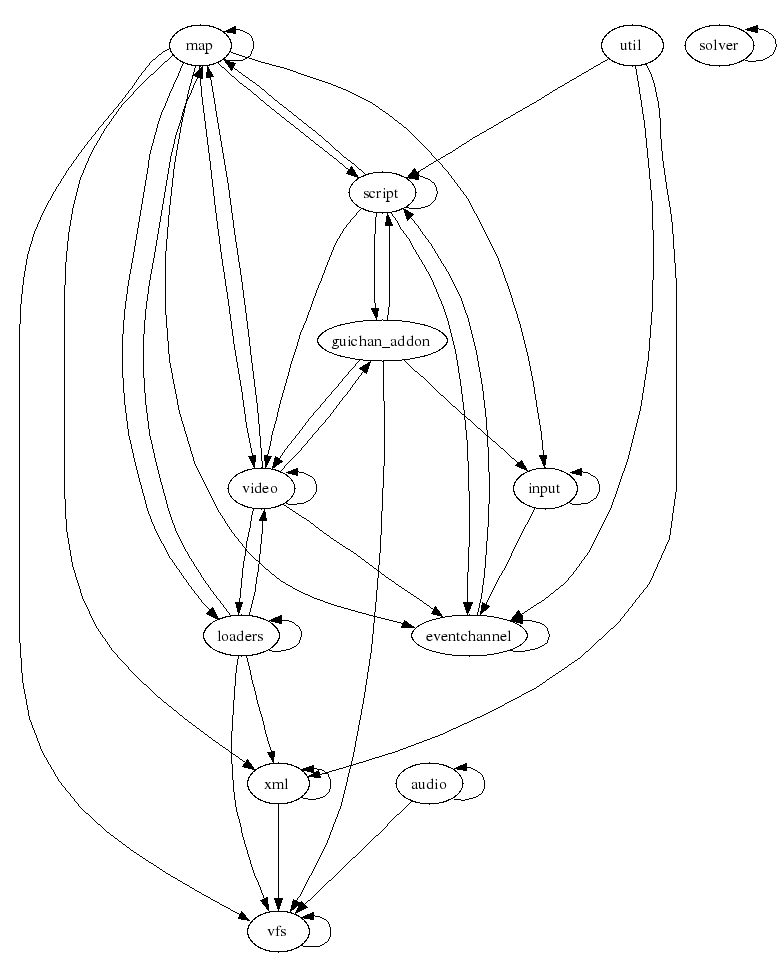
This is doc/dependencies/moduledeps.png from fifengine/fifengine, a Graphviz export, as it was before one commit. Its source is kept beside it as doc/dependencies/moduledeps.dot.
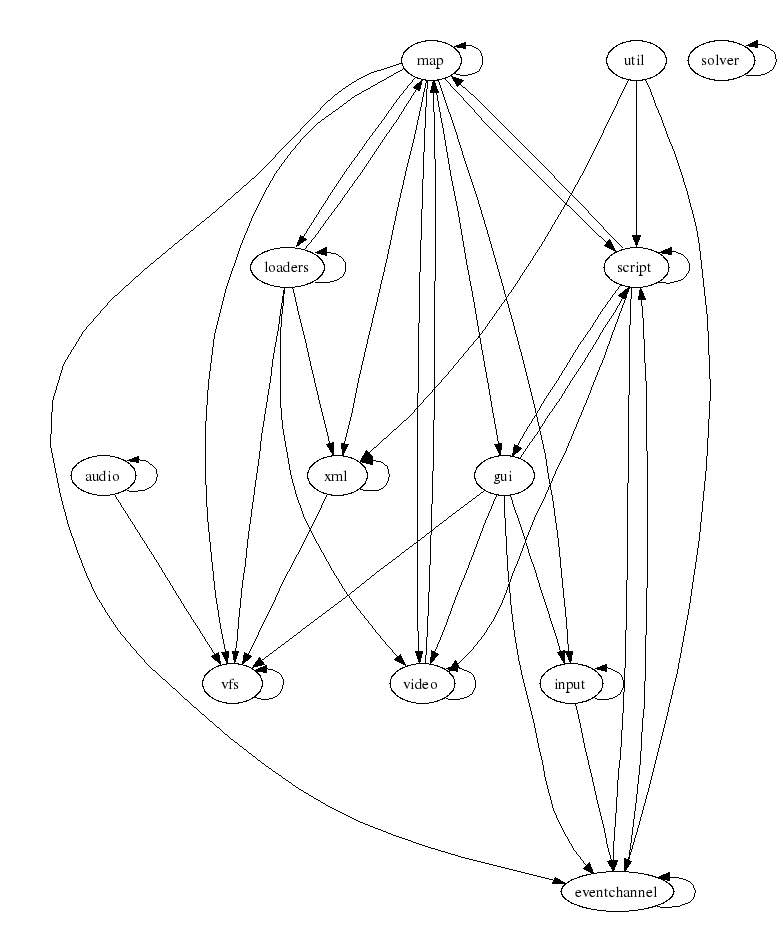
After the change.

Diff of the diagram source:
```diff
@@ -10,36 +10,35 @@
     "map" -> "xml"
     "map" -> "map"
     "map" -> "script"
+    "map" -> "gui"
     "map" -> "eventchannel"
     "map" -> "loaders"
     "map" -> "video"
     "map" -> "input"
     "map" -> "vfs"
     "script" -> "map"
-    "script" -> "script"
+    "script" -> "gui"
     "script" -> "video"
     "script" -> "eventchannel"
-    "script" -> "guichan_addon"
+    "script" -> "script"
+    "gui" -> "video"
+    "gui" -> "script"
+    "gui" -> "vfs"
+    "gui" -> "eventchannel"
+    "gui" -> "input"
     "solver" -> "solver"
-    "guichan_addon" -> "input"
-    "guichan_addon" -> "video"
-    "guichan_addon" -> "vfs"
-    "guichan_addon" -> "script"
     "eventchannel" -> "eventchannel"
     "eventchannel" -> "script"
     "loaders" -> "xml"
+    "loaders" -> "vfs"
+    "loaders" -> "loaders"
     "loaders" -> "video"
     "loaders" -> "map"
-    "loaders" -> "vfs"
-    "loaders" -> "loaders"
     "util" -> "xml"
     "util" -> "eventchannel"
     "util" -> "script"
     "video" -> "map"
-    "video" -> "loaders"
     "video" -> "video"
-    "video" -> "eventchannel"
-    "video" -> "guichan_addon"
     "input" -> "input"
     "input" -> "eventchannel"
     "audio" -> "audio"
```
